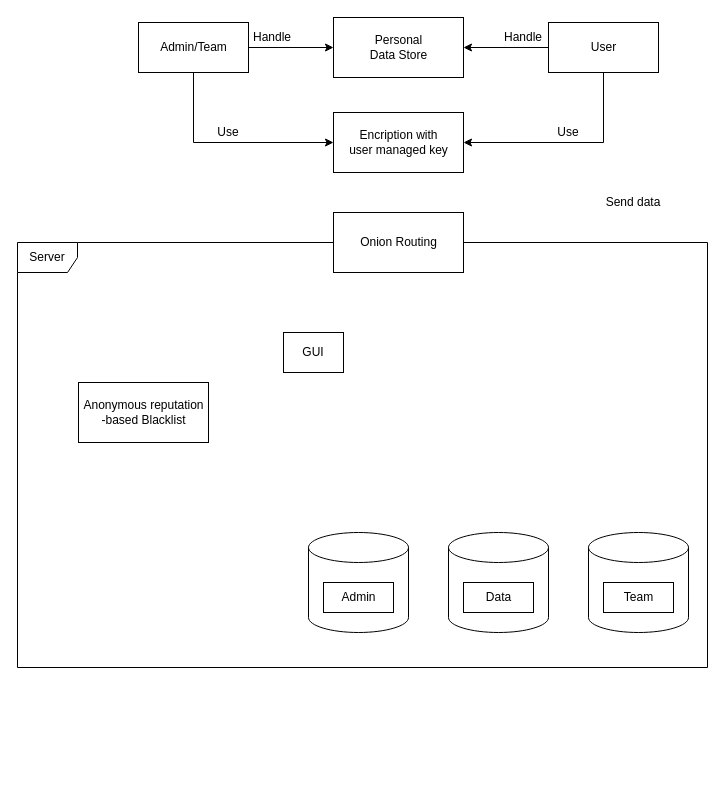
Earlier version of the draw.io diagram Untitled Diagram.drawio (pegasusgio/Civic-Sense). Source tidied: cells renumbered, new cells numbered last; positions are measured from the earlier drawing's top-left corner, leaving out a move shared by most shapes. Both pictures are drawn from the tidied source at 100%, with x=0, y=0 at pixel (17, 17).
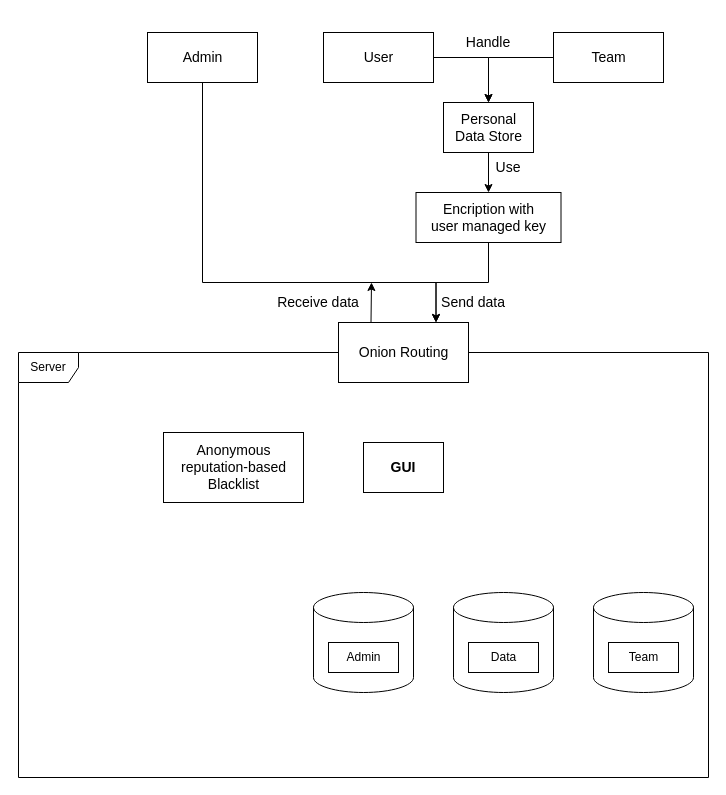
The same page after the edit.

Commit message:
Setting Client Side.drawio

Diff of the diagram source:
```diff
@@
     <mxCell id="2" style="shape=cylinder3;whiteSpace=wrap;html=1;boundedLbl=1;backgroundOutline=1;size=15;" parent="1" vertex="1">
-      <mxGeometry x="291" y="515" width="100" height="100" as="geometry" />
+      <mxGeometry x="296" y="575" width="100" height="100" as="geometry" />
     </mxCell>
     <mxCell id="3" value="Server" style="shape=umlFrame;whiteSpace=wrap;html=1;" parent="1" vertex="1">
-      <mxGeometry y="225" width="690" height="425" as="geometry" />
+      <mxGeometry x="1" y="335" width="690" height="425" as="geometry" />
     </mxCell>
+    <mxCell id="25" style="edgeStyle=orthogonalEdgeStyle;rounded=0;jettySize=auto;html=1;exitX=0.5;exitY=1;exitDx=0;exitDy=0;entryX=0.75;entryY=0;entryDx=0;entryDy=0;" parent="1" edge="1" source="4" target="8">
+      <mxGeometry relative="1" as="geometry">
+        <Array as="points">
+          <mxPoint x="471" y="265" />
+          <mxPoint x="418" y="265" />
+        </Array>
+      </mxGeometry>
+    </mxCell>
-    <mxCell id="4" value="Encription with&lt;br&gt;user managed key" style="html=1;" parent="1" vertex="1">
-      <mxGeometry x="316" y="95" width="130" height="60" as="geometry" />
+    <mxCell id="4" value="&lt;font style=&quot;font-size: 14px&quot;&gt;Encription with&lt;br&gt;user managed key&lt;/font&gt;" style="html=1;" parent="1" vertex="1">
+      <mxGeometry x="398.5" y="175" width="145" height="50" as="geometry" />
     </mxCell>
-    <mxCell id="5" style="edgeStyle=orthogonalEdgeStyle;rounded=0;jettySize=auto;html=1;exitX=0.5;exitY=1;exitDx=0;exitDy=0;entryX=0;entryY=0.5;entryDx=0;entryDy=0;" parent="1" edge="1" source="7" target="4">
-      <mxGeometry relative="1" as="geometry" />
-    </mxCell>
-    <mxCell id="6" style="edgeStyle=orthogonalEdgeStyle;rounded=0;jettySize=auto;html=1;exitX=1;exitY=0.5;exitDx=0;exitDy=0;" parent="1" edge="1" source="7" target="14">
+    <mxCell id="6" style="edgeStyle=orthogonalEdgeStyle;rounded=0;jettySize=auto;html=1;exitX=0;exitY=0.5;exitDx=0;exitDy=0;entryX=0.5;entryY=0;entryDx=0;entryDy=0;" parent="1" edge="1" source="7" target="14">
       <mxGeometry relative="1" as="geometry" />
     </mxCell>
-    <mxCell id="7" value="Admin/Team" style="html=1;" parent="1" vertex="1">
-      <mxGeometry x="121" y="5" width="110" height="50" as="geometry" />
+    <mxCell id="7" value="&lt;font style=&quot;font-size: 14px&quot;&gt;Team&lt;/font&gt;" style="html=1;" parent="1" vertex="1">
+      <mxGeometry x="536" y="15" width="110" height="50" as="geometry" />
     </mxCell>
-    <mxCell id="8" value="Onion Routing" style="html=1;" parent="1" vertex="1">
-      <mxGeometry x="316" y="195" width="130" height="60" as="geometry" />
+    <mxCell id="8" value="&lt;font style=&quot;font-size: 14px&quot;&gt;Onion Routing&lt;/font&gt;" style="html=1;" parent="1" vertex="1">
+      <mxGeometry x="321" y="305" width="130" height="60" as="geometry" />
     </mxCell>
     <mxCell id="9" style="shape=cylinder3;whiteSpace=wrap;html=1;boundedLbl=1;backgroundOutline=1;size=15;" parent="1" vertex="1">
-      <mxGeometry x="571" y="515" width="100" height="100" as="geometry" />
+      <mxGeometry x="576" y="575" width="100" height="100" as="geometry" />
     </mxCell>
     <mxCell id="10" value="Admin" style="html=1;" parent="1" vertex="1">
-      <mxGeometry x="306" y="565" width="70" height="30" as="geometry" />
+      <mxGeometry x="311" y="625" width="70" height="30" as="geometry" />
     </mxCell>
     <mxCell id="11" style="shape=cylinder3;whiteSpace=wrap;html=1;boundedLbl=1;backgroundOutline=1;size=15;" parent="1" vertex="1">
-      <mxGeometry x="431" y="515" width="100" height="100" as="geometry" />
+      <mxGeometry x="436" y="575" width="100" height="100" as="geometry" />
     </mxCell>
     <mxCell id="12" value="Data" style="html=1;" parent="1" vertex="1">
-      <mxGeometry x="446" y="565" width="70" height="30" as="geometry" />
+      <mxGeometry x="451" y="625" width="70" height="30" as="geometry" />
     </mxCell>
     <mxCell id="13" value="Team" style="html=1;" parent="1" vertex="1">
-      <mxGeometry x="586" y="565" width="70" height="30" as="geometry" />
+      <mxGeometry x="591" y="625" width="70" height="30" as="geometry" />
     </mxCell>
+    <mxCell id="26" style="edgeStyle=orthogonalEdgeStyle;rounded=0;jettySize=auto;html=1;exitX=0.5;exitY=1;exitDx=0;exitDy=0;entryX=0.5;entryY=0;entryDx=0;entryDy=0;" parent="1" edge="1" source="14" target="4">
+      <mxGeometry relative="1" as="geometry" />
+    </mxCell>
-    <mxCell id="14" value="Personal&lt;br&gt;Data Store" style="html=1;" parent="1" vertex="1">
-      <mxGeometry x="316" width="130" height="60" as="geometry" />
+    <mxCell id="14" value="&lt;font style=&quot;font-size: 14px&quot;&gt;Personal&lt;br&gt;Data Store&lt;/font&gt;" style="html=1;" parent="1" vertex="1">
+      <mxGeometry x="426" y="85" width="90" height="50" as="geometry" />
     </mxCell>
-    <mxCell id="15" value="Use" style="text;html=1;strokeColor=none;fillColor=none;align=center;verticalAlign=middle;whiteSpace=wrap;rounded=0;" parent="1" vertex="1">
-      <mxGeometry x="191" y="105" width="40" height="20" as="geometry" />
-    </mxCell>
-    <mxCell id="16" value="Handle" style="text;html=1;strokeColor=none;fillColor=none;align=center;verticalAlign=middle;whiteSpace=wrap;rounded=0;" parent="1" vertex="1">
-      <mxGeometry x="486" y="10" width="40" height="20" as="geometry" />
+    <mxCell id="16" value="&lt;font style=&quot;font-size: 14px&quot;&gt;Handle&lt;/font&gt;" style="text;html=1;strokeColor=none;fillColor=none;align=center;verticalAlign=middle;whiteSpace=wrap;rounded=0;" parent="1" vertex="1">
+      <mxGeometry x="451" y="15" width="40" height="20" as="geometry" />
     </mxCell>
-    <mxCell id="17" value="Send data" style="text;html=1;strokeColor=none;fillColor=none;align=center;verticalAlign=middle;whiteSpace=wrap;rounded=0;" parent="1" vertex="1">
-      <mxGeometry x="576" y="175" width="80" height="20" as="geometry" />
+    <mxCell id="17" value="&lt;font style=&quot;font-size: 14px&quot;&gt;Send data&lt;/font&gt;" style="text;html=1;strokeColor=none;fillColor=none;align=center;verticalAlign=middle;whiteSpace=wrap;rounded=0;" parent="1" vertex="1">
+      <mxGeometry x="416" y="275" width="80" height="20" as="geometry" />
     </mxCell>
-    <mxCell id="18" value="Anonymous reputation&lt;br&gt;-based Blacklist" style="html=1;" parent="1" vertex="1">
-      <mxGeometry x="61" y="365" width="130" height="60" as="geometry" />
+    <mxCell id="18" value="&lt;font style=&quot;font-size: 14px&quot;&gt;Anonymous&lt;br&gt;reputation-based&lt;br&gt;Blacklist&lt;/font&gt;" style="html=1;" parent="1" vertex="1">
+      <mxGeometry x="146" y="415" width="140" height="70" as="geometry" />
     </mxCell>
-    <mxCell id="19" style="edgeStyle=orthogonalEdgeStyle;rounded=0;jettySize=auto;html=1;exitX=0.5;exitY=1;exitDx=0;exitDy=0;entryX=1;entryY=0.5;entryDx=0;entryDy=0;" parent="1" edge="1" source="21" target="4">
-      <mxGeometry relative="1" as="geometry" />
-    </mxCell>
-    <mxCell id="20" style="edgeStyle=orthogonalEdgeStyle;rounded=0;jettySize=auto;html=1;exitX=0;exitY=0.5;exitDx=0;exitDy=0;entryX=1;entryY=0.5;entryDx=0;entryDy=0;" parent="1" edge="1" source="21" target="14">
+    <mxCell id="20" style="edgeStyle=orthogonalEdgeStyle;rounded=0;jettySize=auto;html=1;exitX=1;exitY=0.5;exitDx=0;exitDy=0;entryX=0.5;entryY=0;entryDx=0;entryDy=0;" parent="1" edge="1" source="21" target="14">
       <mxGeometry relative="1" as="geometry" />
     </mxCell>
-    <mxCell id="21" value="User" style="html=1;" parent="1" vertex="1">
-      <mxGeometry x="531" y="5" width="110" height="50" as="geometry" />
+    <mxCell id="21" value="&lt;font style=&quot;font-size: 14px&quot;&gt;User&lt;/font&gt;" style="html=1;" parent="1" vertex="1">
+      <mxGeometry x="306" y="15" width="110" height="50" as="geometry" />
     </mxCell>
-    <mxCell id="22" value="GUI" style="rounded=0;whiteSpace=wrap;html=1;" parent="1" vertex="1">
-      <mxGeometry x="266" y="315" width="60" height="40" as="geometry" />
+    <mxCell id="22" value="&lt;font style=&quot;font-size: 14px&quot;&gt;&lt;b&gt;GUI&lt;/b&gt;&lt;/font&gt;" style="rounded=0;whiteSpace=wrap;html=1;" parent="1" vertex="1">
+      <mxGeometry x="346" y="425" width="80" height="50" as="geometry" />
     </mxCell>
-    <mxCell id="23" value="Handle" style="text;html=1;strokeColor=none;fillColor=none;align=center;verticalAlign=middle;whiteSpace=wrap;rounded=0;" parent="1" vertex="1">
-      <mxGeometry x="235" y="10" width="40" height="20" as="geometry" />
-    </mxCell>
-    <mxCell id="24" value="Use" style="text;html=1;strokeColor=none;fillColor=none;align=center;verticalAlign=middle;whiteSpace=wrap;rounded=0;" parent="1" vertex="1">
-      <mxGeometry x="531" y="105" width="40" height="20" as="geometry" />
+    <mxCell id="24" value="&lt;font style=&quot;font-size: 14px&quot;&gt;Use&lt;/font&gt;" style="text;html=1;strokeColor=none;fillColor=none;align=center;verticalAlign=middle;whiteSpace=wrap;rounded=0;" parent="1" vertex="1">
+      <mxGeometry x="471" y="140" width="40" height="20" as="geometry" />
     </mxCell>
+    <mxCell id="27" style="edgeStyle=orthogonalEdgeStyle;rounded=0;jettySize=auto;html=1;exitX=0.5;exitY=1;exitDx=0;exitDy=0;entryX=0.75;entryY=0;entryDx=0;entryDy=0;" parent="1" edge="1" source="28" target="8">
+      <mxGeometry relative="1" as="geometry">
+        <Array as="points">
+          <mxPoint x="185" y="265" />
+          <mxPoint x="418" y="265" />
+        </Array>
+      </mxGeometry>
+    </mxCell>
+    <mxCell id="28" value="&lt;font style=&quot;font-size: 14px&quot;&gt;Admin&lt;/font&gt;" style="html=1;" parent="1" vertex="1">
+      <mxGeometry x="130" y="15" width="110" height="50" as="geometry" />
+    </mxCell>
+    <mxCell id="29" style="endArrow=classic;html=1;exitX=0.25;exitY=0;exitDx=0;exitDy=0;" parent="1" edge="1" source="8">
+      <mxGeometry relative="1" as="geometry">
+        <mxPoint x="354" y="265" as="targetPoint" />
+      </mxGeometry>
+    </mxCell>
+    <mxCell id="30" value="&lt;font style=&quot;font-size: 14px&quot;&gt;Receive data&lt;/font&gt;" style="text;html=1;strokeColor=none;fillColor=none;align=center;verticalAlign=middle;whiteSpace=wrap;rounded=0;" parent="1" vertex="1">
+      <mxGeometry x="256" y="275" width="90" height="20" as="geometry" />
+    </mxCell>
```
